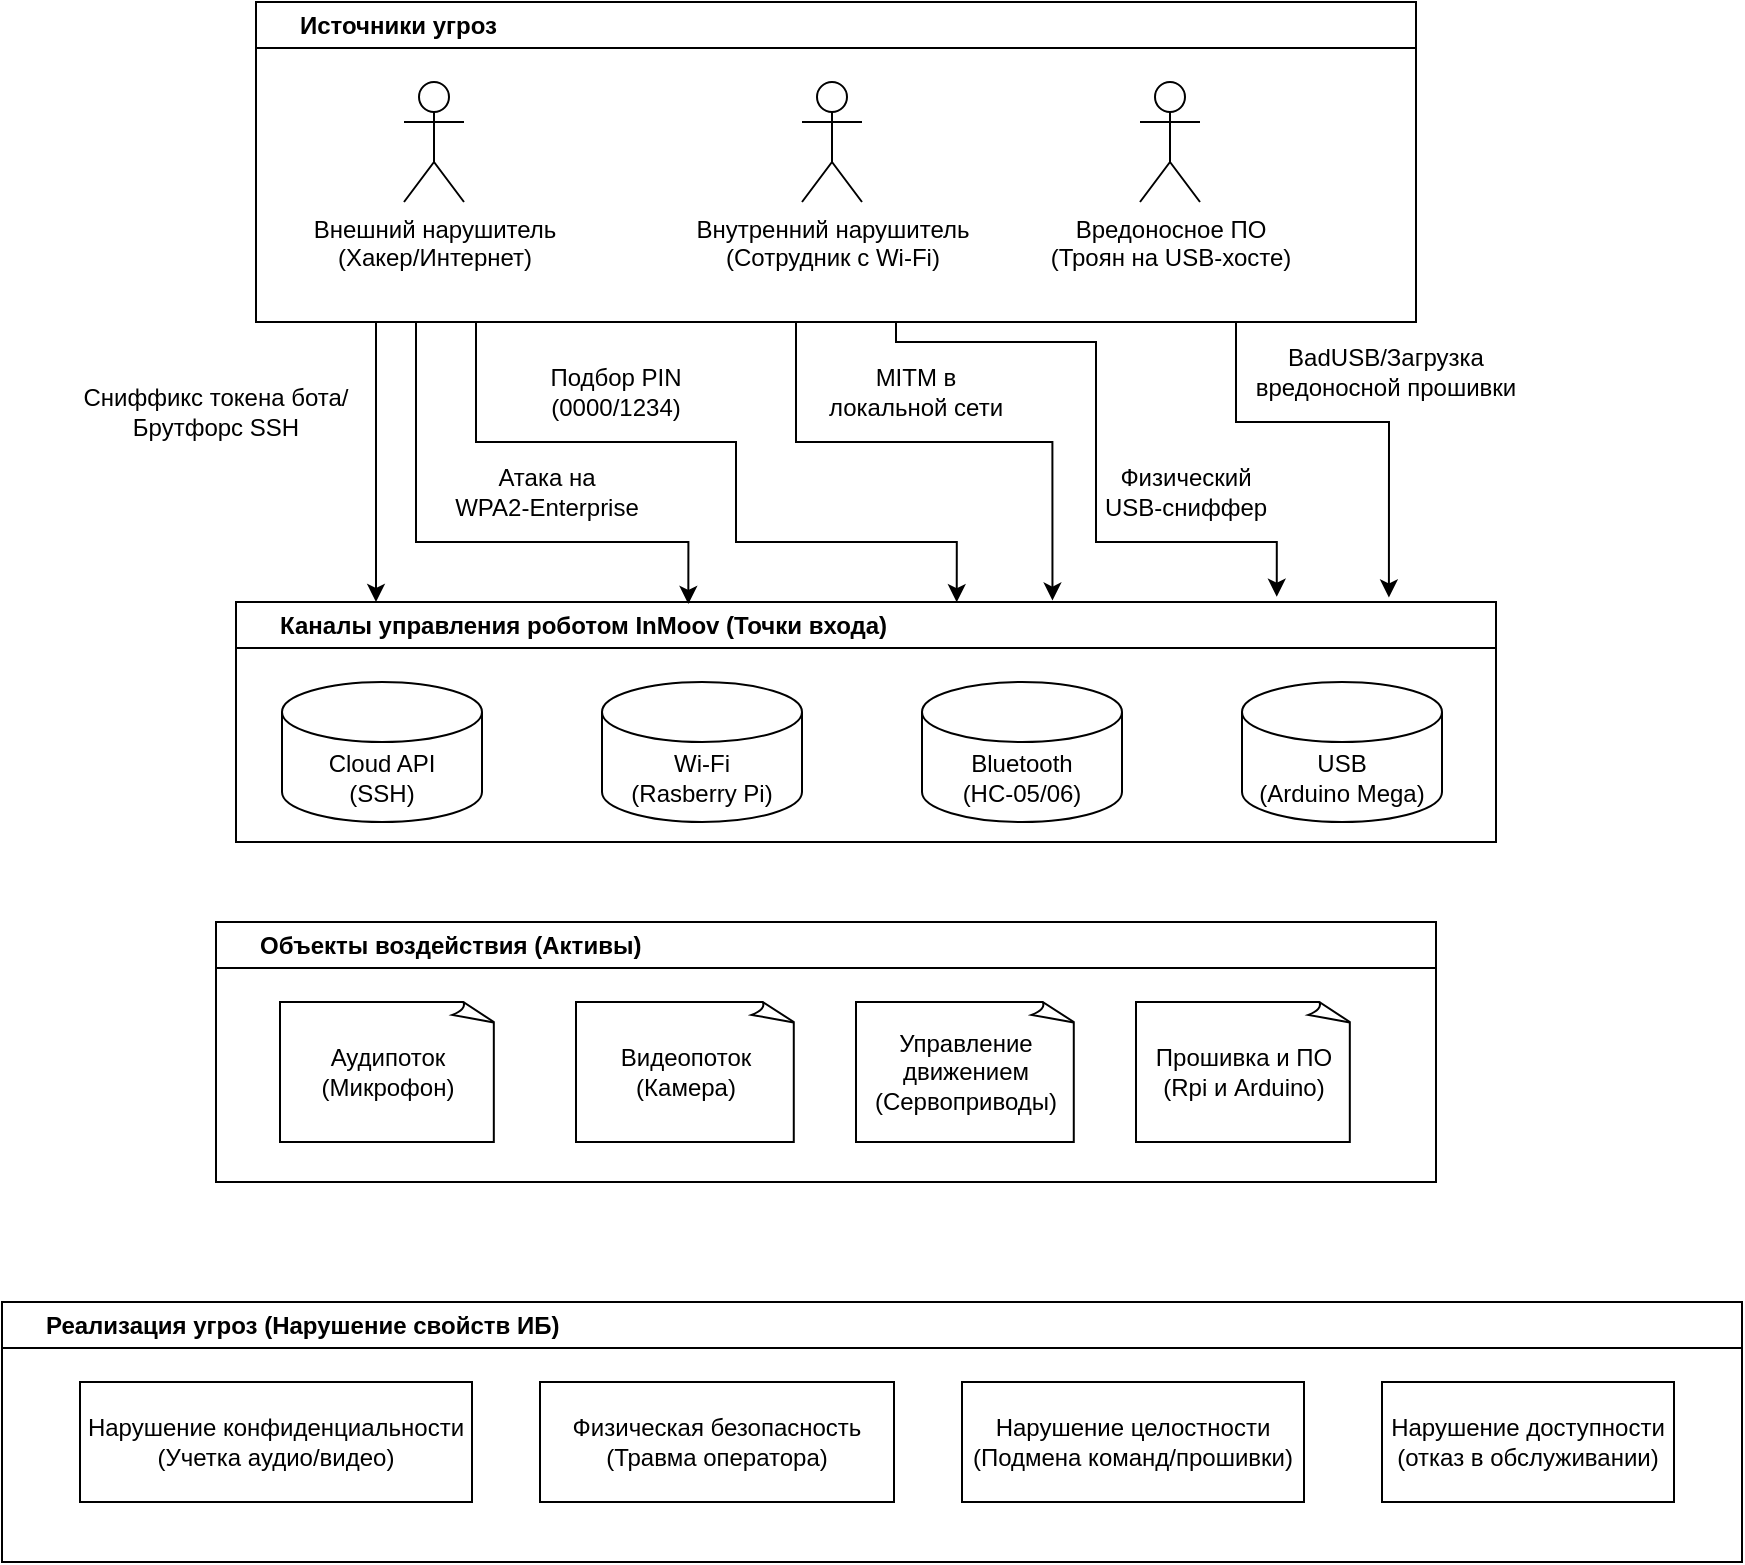
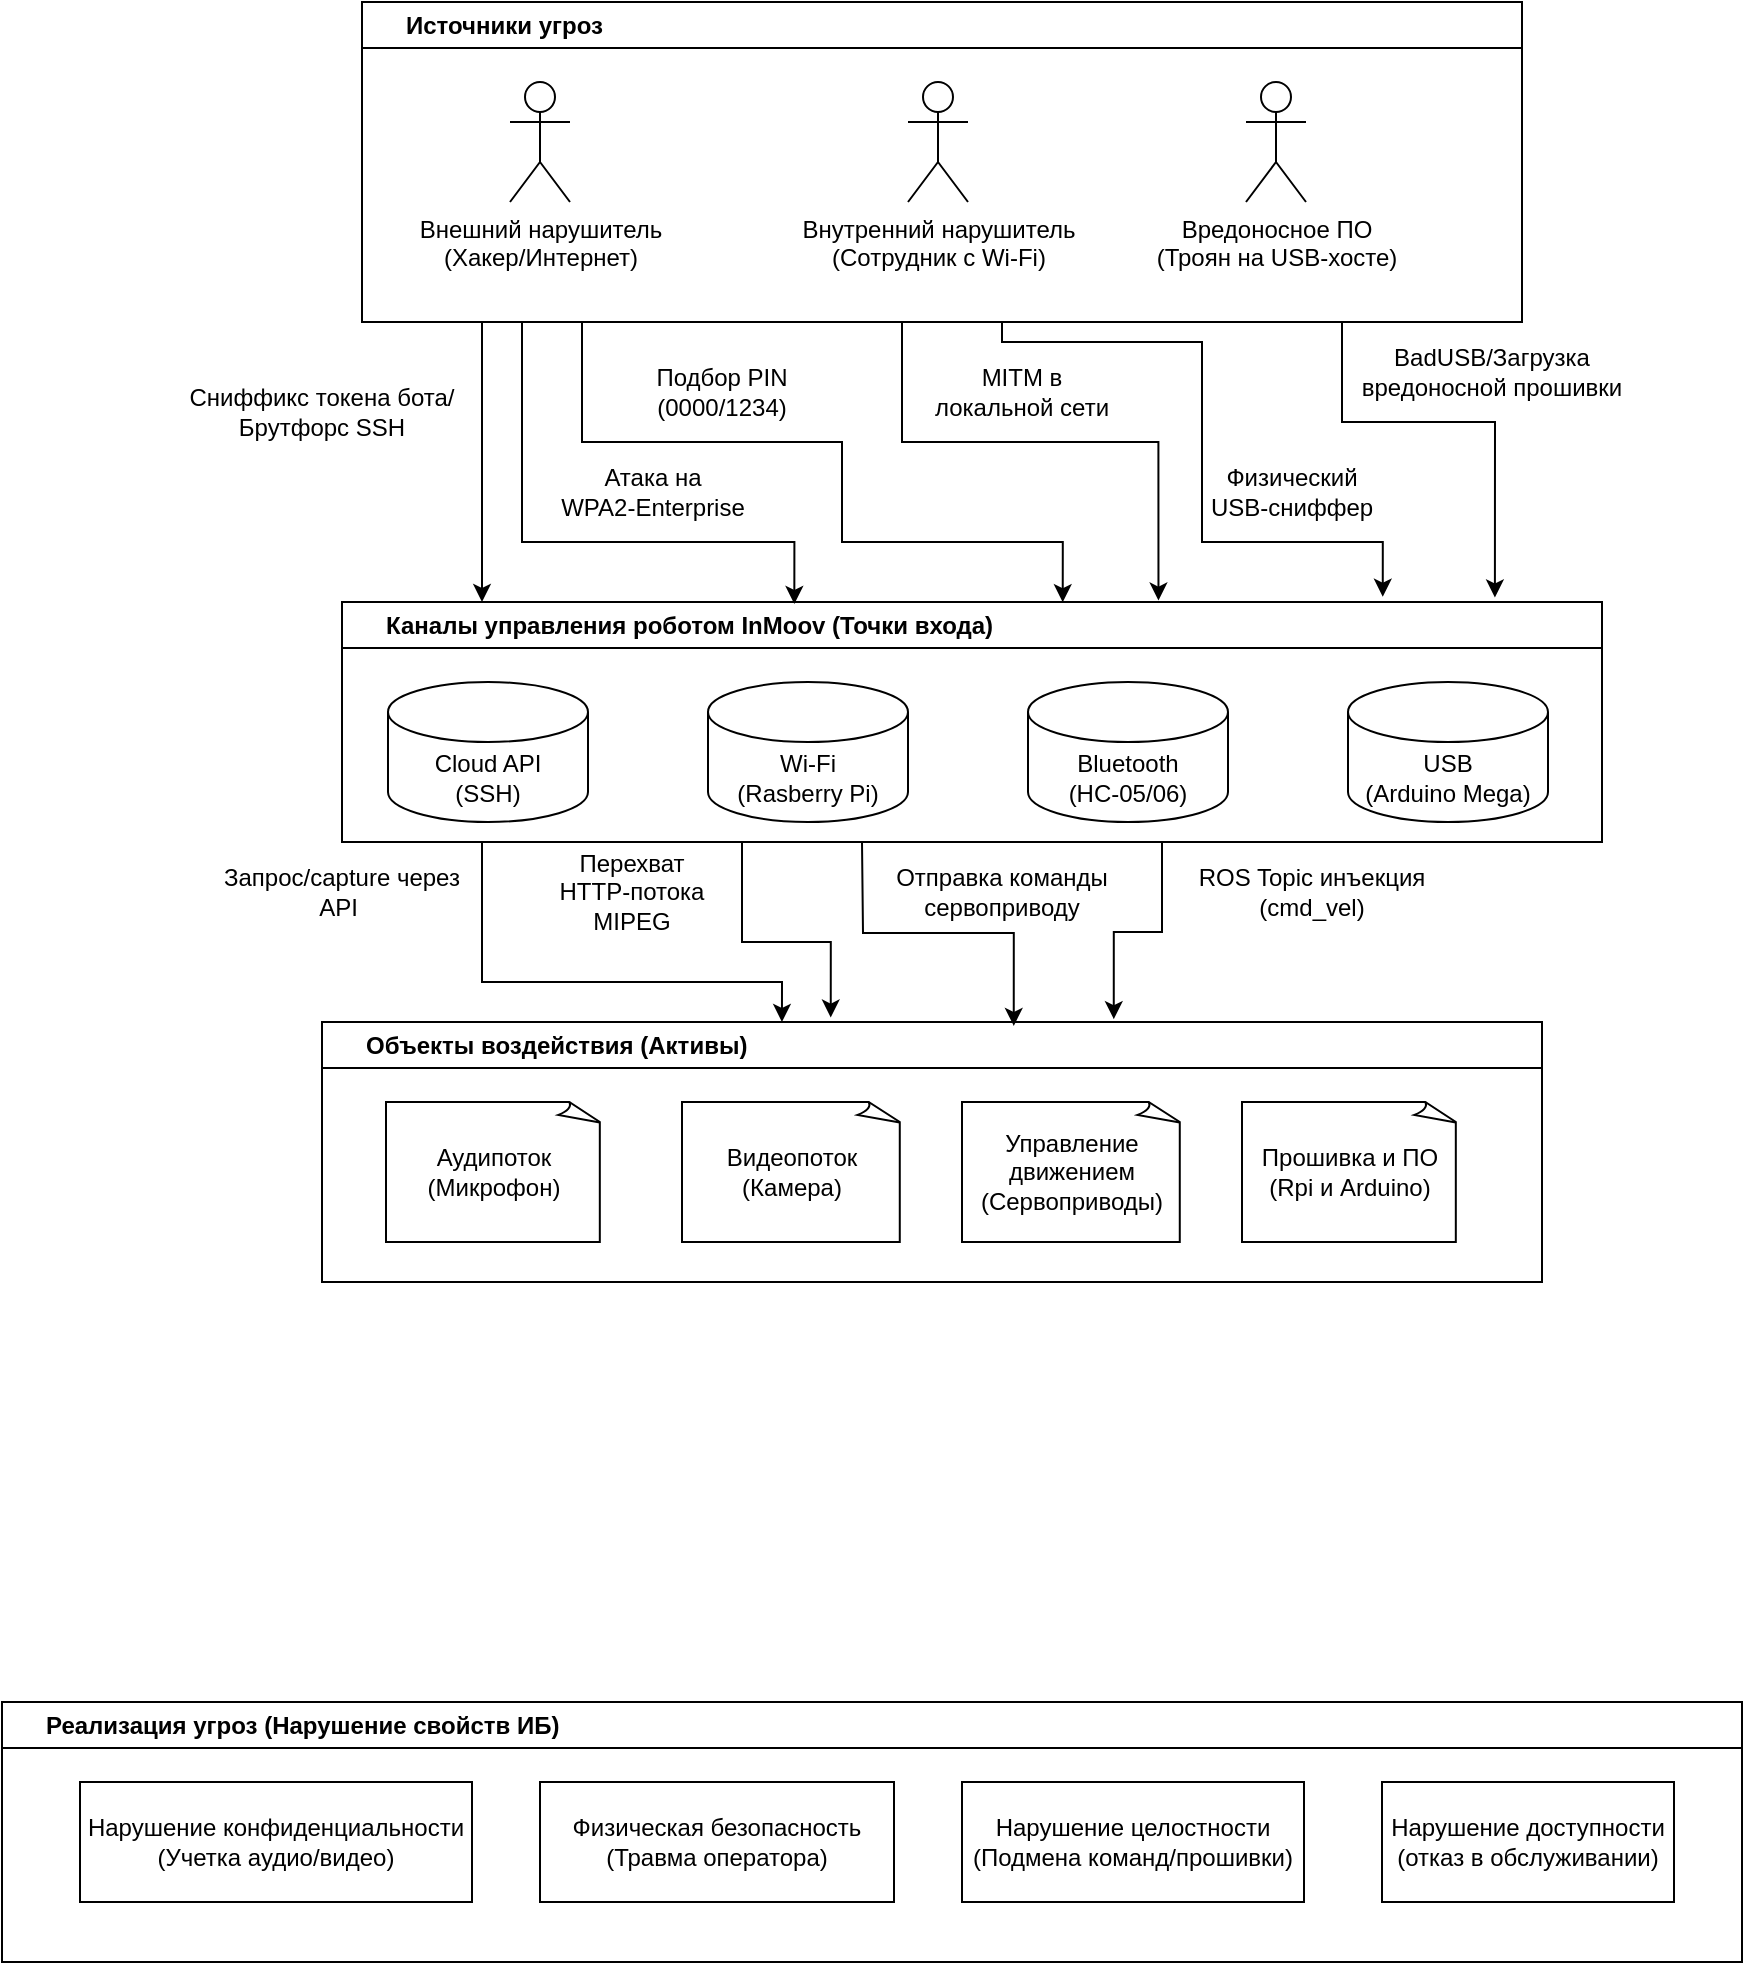
<mxfile host="app.diagrams.net">
  <diagram name="Страница-1" id="USPNQsaFkXLpUknS5iDc">
    <mxGraphModel dx="1797" dy="1707" grid="1" gridSize="10" guides="1" tooltips="1" connect="1" arrows="1" fold="1" page="1" pageScale="1" pageWidth="827" pageHeight="1169" math="0" shadow="0">
      <root>
        <mxCell id="0" />
        <mxCell id="1" parent="0" />
        <mxCell id="eWGLKCcsjbhSAPN1RPYS-18" parent="1" style="swimlane;whiteSpace=wrap;html=1;align=left;" value="&amp;nbsp; &amp;nbsp; &amp;nbsp;&amp;nbsp;Реализация угроз (Нарушение свойств ИБ)" vertex="1">
-           <mxGeometry height="130" width="870" x="-17" y="500" as="geometry" />
+           <mxGeometry height="130" width="870" x="-70" y="700" as="geometry" />
        </mxCell>
        <mxCell id="eWGLKCcsjbhSAPN1RPYS-11" parent="eWGLKCcsjbhSAPN1RPYS-18" style="rounded=0;whiteSpace=wrap;html=1;" value="Нарушение конфиденциальности&lt;div&gt;(Учетка аудио/видео)&lt;/div&gt;" vertex="1">
          <mxGeometry height="60" width="196" x="39" y="40" as="geometry" />
        </mxCell>
        <mxCell id="eWGLKCcsjbhSAPN1RPYS-12" parent="eWGLKCcsjbhSAPN1RPYS-18" style="rounded=0;whiteSpace=wrap;html=1;" value="Физическая безопасность&lt;div&gt;(Травма оператора)&lt;/div&gt;" vertex="1">
          <mxGeometry height="60" width="177" x="269" y="40" as="geometry" />
        </mxCell>
        <mxCell id="eWGLKCcsjbhSAPN1RPYS-13" parent="eWGLKCcsjbhSAPN1RPYS-18" style="rounded=0;whiteSpace=wrap;html=1;" value="Нарушение целостности&lt;div&gt;(Подмена команд/прошивки)&lt;/div&gt;" vertex="1">
          <mxGeometry height="60" width="171" x="480" y="40" as="geometry" />
        </mxCell>
        <mxCell id="eWGLKCcsjbhSAPN1RPYS-14" parent="eWGLKCcsjbhSAPN1RPYS-18" style="rounded=0;whiteSpace=wrap;html=1;" value="Нарушение доступности&lt;div&gt;(отказ в обслуживании)&lt;/div&gt;" vertex="1">
          <mxGeometry height="60" width="146" x="690" y="40" as="geometry" />
        </mxCell>
        <mxCell id="eWGLKCcsjbhSAPN1RPYS-24" parent="1" style="swimlane;whiteSpace=wrap;html=1;align=left;" value="&amp;nbsp; &amp;nbsp; &amp;nbsp;&amp;nbsp;Объекты воздействия (Активы)" vertex="1">
-           <mxGeometry height="130" width="610" x="90" y="310" as="geometry" />
+           <mxGeometry height="130" width="610" x="90" y="360" as="geometry" />
        </mxCell>
        <mxCell id="eWGLKCcsjbhSAPN1RPYS-7" parent="eWGLKCcsjbhSAPN1RPYS-24" style="whiteSpace=wrap;html=1;shape=mxgraph.basic.document" value="Аудипоток&lt;div&gt;(Микрофон)&lt;/div&gt;" vertex="1">
          <mxGeometry height="70" width="108" x="32" y="40" as="geometry" />
        </mxCell>
        <mxCell id="eWGLKCcsjbhSAPN1RPYS-10" parent="eWGLKCcsjbhSAPN1RPYS-24" style="whiteSpace=wrap;html=1;shape=mxgraph.basic.document" value="Видеопоток&lt;div&gt;(Камера)&lt;/div&gt;" vertex="1">
          <mxGeometry height="70" width="110" x="180" y="40" as="geometry" />
        </mxCell>
        <mxCell id="eWGLKCcsjbhSAPN1RPYS-8" parent="eWGLKCcsjbhSAPN1RPYS-24" style="whiteSpace=wrap;html=1;shape=mxgraph.basic.document" value="Управление движением&lt;div&gt;(Сервоприводы)&lt;/div&gt;" vertex="1">
          <mxGeometry height="70" width="110" x="320" y="40" as="geometry" />
        </mxCell>
        <mxCell id="eWGLKCcsjbhSAPN1RPYS-9" parent="eWGLKCcsjbhSAPN1RPYS-24" style="whiteSpace=wrap;html=1;shape=mxgraph.basic.document" value="Прошивка и ПО&lt;div&gt;(Rpi и Arduino)&lt;/div&gt;" vertex="1">
          <mxGeometry height="70" width="108" x="460" y="40" as="geometry" />
        </mxCell>
        <mxCell id="eWGLKCcsjbhSAPN1RPYS-25" parent="1" style="swimlane;whiteSpace=wrap;html=1;align=left;" value="&amp;nbsp; &amp;nbsp; &amp;nbsp;&amp;nbsp;Каналы управления роботом InMoov (Точки входа)" vertex="1">
          <mxGeometry height="120" width="630" x="100" y="150" as="geometry" />
        </mxCell>
        <mxCell id="eWGLKCcsjbhSAPN1RPYS-1" parent="eWGLKCcsjbhSAPN1RPYS-25" style="shape=cylinder3;whiteSpace=wrap;html=1;boundedLbl=1;backgroundOutline=1;size=15;" value="Cloud API&lt;div&gt;(SSH)&lt;/div&gt;" vertex="1">
          <mxGeometry height="70" width="100" x="23" y="40" as="geometry" />
        </mxCell>
        <mxCell id="eWGLKCcsjbhSAPN1RPYS-2" parent="eWGLKCcsjbhSAPN1RPYS-25" style="shape=cylinder3;whiteSpace=wrap;html=1;boundedLbl=1;backgroundOutline=1;size=15;" value="Wi-Fi&lt;div&gt;(Rasberry Pi)&lt;/div&gt;" vertex="1">
          <mxGeometry height="70" width="100" x="183" y="40" as="geometry" />
        </mxCell>
        <mxCell id="eWGLKCcsjbhSAPN1RPYS-3" parent="eWGLKCcsjbhSAPN1RPYS-25" style="shape=cylinder3;whiteSpace=wrap;html=1;boundedLbl=1;backgroundOutline=1;size=15;" value="Bluetooth&lt;div&gt;(HC-05/06)&lt;/div&gt;" vertex="1">
          <mxGeometry height="70" width="100" x="343" y="40" as="geometry" />
        </mxCell>
        <mxCell id="eWGLKCcsjbhSAPN1RPYS-4" parent="eWGLKCcsjbhSAPN1RPYS-25" style="shape=cylinder3;whiteSpace=wrap;html=1;boundedLbl=1;backgroundOutline=1;size=15;" value="&lt;div&gt;USB&lt;/div&gt;&lt;div&gt;(Arduino Mega)&lt;/div&gt;" vertex="1">
          <mxGeometry height="70" width="100" x="503" y="40" as="geometry" />
        </mxCell>
        <mxCell id="eWGLKCcsjbhSAPN1RPYS-26" parent="1" style="swimlane;whiteSpace=wrap;html=1;align=left;" value="&amp;nbsp; &amp;nbsp; &amp;nbsp; Источники угроз" vertex="1">
          <mxGeometry height="160" width="580" x="110" y="-150" as="geometry" />
        </mxCell>
        <mxCell id="QugISaNB2tZ8seF8ZxKL-1" parent="eWGLKCcsjbhSAPN1RPYS-26" style="shape=umlActor;verticalLabelPosition=bottom;verticalAlign=top;html=1;outlineConnect=0;" value="Внешний нарушитель&lt;div&gt;(Хакер/Интернет)&lt;/div&gt;" vertex="1">
          <mxGeometry height="60" width="30" x="74" y="40" as="geometry" />
        </mxCell>
        <mxCell id="QugISaNB2tZ8seF8ZxKL-2" parent="eWGLKCcsjbhSAPN1RPYS-26" style="shape=umlActor;verticalLabelPosition=bottom;verticalAlign=top;html=1;outlineConnect=0;" value="Внутренний нарушитель&lt;div&gt;(Сотрудник с Wi-Fi)&lt;/div&gt;" vertex="1">
          <mxGeometry height="60" width="30" x="273" y="40" as="geometry" />
        </mxCell>
        <mxCell id="QugISaNB2tZ8seF8ZxKL-3" parent="eWGLKCcsjbhSAPN1RPYS-26" style="shape=umlActor;verticalLabelPosition=bottom;verticalAlign=top;html=1;outlineConnect=0;" value="Вредоносное ПО&lt;div&gt;(Троян на USB-хосте)&lt;/div&gt;" vertex="1">
          <mxGeometry height="60" width="30" x="442" y="40" as="geometry" />
        </mxCell>
        <mxCell id="eWGLKCcsjbhSAPN1RPYS-28" edge="1" parent="1" style="endArrow=classic;html=1;rounded=0;" value="">
          <mxGeometry height="50" relative="1" width="50" as="geometry">
            <mxPoint x="170" y="10" as="sourcePoint" />
            <mxPoint x="170" y="150" as="targetPoint" />
          </mxGeometry>
        </mxCell>
        <mxCell id="eWGLKCcsjbhSAPN1RPYS-29" parent="1" style="text;html=1;whiteSpace=wrap;strokeColor=none;fillColor=none;align=center;verticalAlign=middle;rounded=0;" value="Сниффикс токена бота/Брутфорс SSH" vertex="1">
          <mxGeometry height="30" width="140" x="20" y="40" as="geometry" />
        </mxCell>
        <mxCell id="eWGLKCcsjbhSAPN1RPYS-30" edge="1" parent="1" source="eWGLKCcsjbhSAPN1RPYS-26" style="endArrow=classic;html=1;rounded=0;entryX=0.359;entryY=0.008;entryDx=0;entryDy=0;entryPerimeter=0;exitX=0.25;exitY=1;exitDx=0;exitDy=0;edgeStyle=orthogonalEdgeStyle;" target="eWGLKCcsjbhSAPN1RPYS-25" value="">
          <mxGeometry height="50" relative="1" width="50" as="geometry">
            <Array as="points">
              <mxPoint x="190" y="10" />
              <mxPoint x="190" y="120" />
              <mxPoint x="326" y="120" />
            </Array>
            <mxPoint x="240" y="10" as="sourcePoint" />
            <mxPoint x="370" y="60" as="targetPoint" />
          </mxGeometry>
        </mxCell>
        <mxCell id="eWGLKCcsjbhSAPN1RPYS-31" parent="1" style="text;html=1;whiteSpace=wrap;strokeColor=none;fillColor=none;align=center;verticalAlign=middle;rounded=0;" value="Атака на&lt;div&gt;WPA2-Enterprise&lt;/div&gt;" vertex="1">
          <mxGeometry height="30" width="111" x="200" y="80" as="geometry" />
        </mxCell>
        <mxCell id="eWGLKCcsjbhSAPN1RPYS-32" edge="1" parent="1" style="endArrow=classic;html=1;rounded=0;entryX=0.572;entryY=0.001;entryDx=0;entryDy=0;entryPerimeter=0;edgeStyle=orthogonalEdgeStyle;" target="eWGLKCcsjbhSAPN1RPYS-25" value="">
          <mxGeometry height="50" relative="1" width="50" as="geometry">
            <Array as="points">
              <mxPoint x="220" y="10" />
              <mxPoint x="220" y="70" />
              <mxPoint x="350" y="70" />
              <mxPoint x="350" y="120" />
              <mxPoint x="460" y="120" />
            </Array>
            <mxPoint x="290" y="10" as="sourcePoint" />
            <mxPoint x="420" y="40" as="targetPoint" />
          </mxGeometry>
        </mxCell>
        <mxCell id="eWGLKCcsjbhSAPN1RPYS-34" parent="1" style="text;html=1;whiteSpace=wrap;strokeColor=none;fillColor=none;align=center;verticalAlign=middle;rounded=0;" value="Подбор PIN (0000/1234)" vertex="1">
          <mxGeometry height="30" width="120" x="230" y="30" as="geometry" />
        </mxCell>
        <mxCell id="eWGLKCcsjbhSAPN1RPYS-35" edge="1" parent="1" source="eWGLKCcsjbhSAPN1RPYS-26" style="endArrow=classic;html=1;rounded=0;exitX=0.5;exitY=1;exitDx=0;exitDy=0;entryX=0.648;entryY=-0.006;entryDx=0;entryDy=0;entryPerimeter=0;edgeStyle=orthogonalEdgeStyle;" target="eWGLKCcsjbhSAPN1RPYS-25" value="">
          <mxGeometry height="50" relative="1" width="50" as="geometry">
            <Array as="points">
              <mxPoint x="380" y="10" />
              <mxPoint x="380" y="70" />
              <mxPoint x="508" y="70" />
            </Array>
            <mxPoint x="500" y="80" as="sourcePoint" />
            <mxPoint x="550" y="30" as="targetPoint" />
          </mxGeometry>
        </mxCell>
        <mxCell id="eWGLKCcsjbhSAPN1RPYS-36" parent="1" style="text;html=1;whiteSpace=wrap;strokeColor=none;fillColor=none;align=center;verticalAlign=middle;rounded=0;" value="MITM в локальной сети" vertex="1">
          <mxGeometry height="30" width="100" x="390" y="30" as="geometry" />
        </mxCell>
        <mxCell id="eWGLKCcsjbhSAPN1RPYS-37" edge="1" parent="1" style="endArrow=classic;html=1;rounded=0;entryX=0.826;entryY=-0.022;entryDx=0;entryDy=0;entryPerimeter=0;edgeStyle=orthogonalEdgeStyle;" target="eWGLKCcsjbhSAPN1RPYS-25" value="">
          <mxGeometry height="50" relative="1" width="50" as="geometry">
            <Array as="points">
              <mxPoint x="430" y="10" />
              <mxPoint x="430" y="20" />
              <mxPoint x="530" y="20" />
              <mxPoint x="530" y="120" />
              <mxPoint x="620" y="120" />
            </Array>
            <mxPoint x="460" y="10" as="sourcePoint" />
            <mxPoint x="600" y="60" as="targetPoint" />
          </mxGeometry>
        </mxCell>
        <mxCell id="eWGLKCcsjbhSAPN1RPYS-38" parent="1" style="text;html=1;whiteSpace=wrap;strokeColor=none;fillColor=none;align=center;verticalAlign=middle;rounded=0;" value="Физический USB-сниффер" vertex="1">
          <mxGeometry height="30" width="90" x="530" y="80" as="geometry" />
        </mxCell>
        <mxCell id="eWGLKCcsjbhSAPN1RPYS-39" edge="1" parent="1" style="endArrow=classic;html=1;rounded=0;entryX=0.915;entryY=-0.019;entryDx=0;entryDy=0;entryPerimeter=0;edgeStyle=orthogonalEdgeStyle;" target="eWGLKCcsjbhSAPN1RPYS-25" value="">
          <mxGeometry height="50" relative="1" width="50" as="geometry">
            <Array as="points">
              <mxPoint x="600" y="60" />
              <mxPoint x="677" y="60" />
            </Array>
            <mxPoint x="600" y="10" as="sourcePoint" />
            <mxPoint x="650" y="20" as="targetPoint" />
          </mxGeometry>
        </mxCell>
        <mxCell id="eWGLKCcsjbhSAPN1RPYS-40" parent="1" style="text;html=1;whiteSpace=wrap;strokeColor=none;fillColor=none;align=center;verticalAlign=middle;rounded=0;" value="BadUSB/Загрузка вредоносной прошивки" vertex="1">
          <mxGeometry height="30" width="150" x="600" y="20" as="geometry" />
        </mxCell>
+         <mxCell id="eWGLKCcsjbhSAPN1RPYS-41" edge="1" parent="1" style="endArrow=classic;html=1;rounded=0;entryX=0.377;entryY=0;entryDx=0;entryDy=0;entryPerimeter=0;edgeStyle=orthogonalEdgeStyle;" target="eWGLKCcsjbhSAPN1RPYS-24" value="">
+           <mxGeometry height="50" relative="1" width="50" as="geometry">
+             <Array as="points">
+               <mxPoint x="170" y="340" />
+               <mxPoint x="320" y="340" />
+             </Array>
+             <mxPoint x="170" y="270" as="sourcePoint" />
+             <mxPoint x="90" y="290" as="targetPoint" />
+           </mxGeometry>
+         </mxCell>
+         <mxCell id="eWGLKCcsjbhSAPN1RPYS-42" parent="1" style="text;html=1;whiteSpace=wrap;strokeColor=none;fillColor=none;align=center;verticalAlign=middle;rounded=0;" value="Запрос/capture через API&amp;nbsp;" vertex="1">
+           <mxGeometry height="30" width="140" x="30" y="280" as="geometry" />
+         </mxCell>
+         <mxCell id="eWGLKCcsjbhSAPN1RPYS-43" parent="1" style="text;html=1;whiteSpace=wrap;strokeColor=none;fillColor=none;align=center;verticalAlign=middle;rounded=0;" value="Перехват&lt;div&gt;HTTP-потока MIPEG&lt;/div&gt;" vertex="1">
+           <mxGeometry height="50" width="90" x="200" y="270" as="geometry" />
+         </mxCell>
+         <mxCell id="eWGLKCcsjbhSAPN1RPYS-44" parent="1" style="text;html=1;whiteSpace=wrap;strokeColor=none;fillColor=none;align=center;verticalAlign=middle;rounded=0;" value="Отправка команды сервоприводу" vertex="1">
+           <mxGeometry height="30" width="120" x="370" y="280" as="geometry" />
+         </mxCell>
+         <mxCell id="eWGLKCcsjbhSAPN1RPYS-45" parent="1" style="text;html=1;whiteSpace=wrap;strokeColor=none;fillColor=none;align=center;verticalAlign=middle;rounded=0;" value="ROS Topic инъекция (cmd_vel)" vertex="1">
+           <mxGeometry height="30" width="150" x="510" y="280" as="geometry" />
+         </mxCell>
+         <mxCell id="eWGLKCcsjbhSAPN1RPYS-46" edge="1" parent="1" style="endArrow=classic;html=1;rounded=0;entryX=0.417;entryY=-0.017;entryDx=0;entryDy=0;entryPerimeter=0;edgeStyle=orthogonalEdgeStyle;" target="eWGLKCcsjbhSAPN1RPYS-24" value="">
+           <mxGeometry height="50" relative="1" width="50" as="geometry">
+             <Array as="points">
+               <mxPoint x="300" y="320" />
+               <mxPoint x="344" y="320" />
+             </Array>
+             <mxPoint x="320" y="270" as="sourcePoint" />
+             <mxPoint x="380" y="310" as="targetPoint" />
+           </mxGeometry>
+         </mxCell>
+         <mxCell id="eWGLKCcsjbhSAPN1RPYS-47" edge="1" parent="1" style="endArrow=classic;html=1;rounded=0;entryX=0.567;entryY=0.015;entryDx=0;entryDy=0;entryPerimeter=0;edgeStyle=orthogonalEdgeStyle;" target="eWGLKCcsjbhSAPN1RPYS-24" value="">
+           <mxGeometry height="50" relative="1" width="50" as="geometry">
+             <mxPoint x="360" y="270" as="sourcePoint" />
+             <mxPoint x="420" y="310" as="targetPoint" />
+           </mxGeometry>
+         </mxCell>
+         <mxCell id="eWGLKCcsjbhSAPN1RPYS-48" edge="1" parent="1" style="endArrow=classic;html=1;rounded=0;entryX=0.649;entryY=-0.011;entryDx=0;entryDy=0;entryPerimeter=0;edgeStyle=orthogonalEdgeStyle;" target="eWGLKCcsjbhSAPN1RPYS-24" value="">
+           <mxGeometry height="50" relative="1" width="50" as="geometry">
+             <Array as="points">
+               <mxPoint x="510" y="270" />
+               <mxPoint x="510" y="315" />
+               <mxPoint x="486" y="315" />
+             </Array>
+             <mxPoint x="500" y="270" as="sourcePoint" />
+             <mxPoint x="570" y="310" as="targetPoint" />
+           </mxGeometry>
+         </mxCell>
      </root>
    </mxGraphModel>
  </diagram>
</mxfile>
